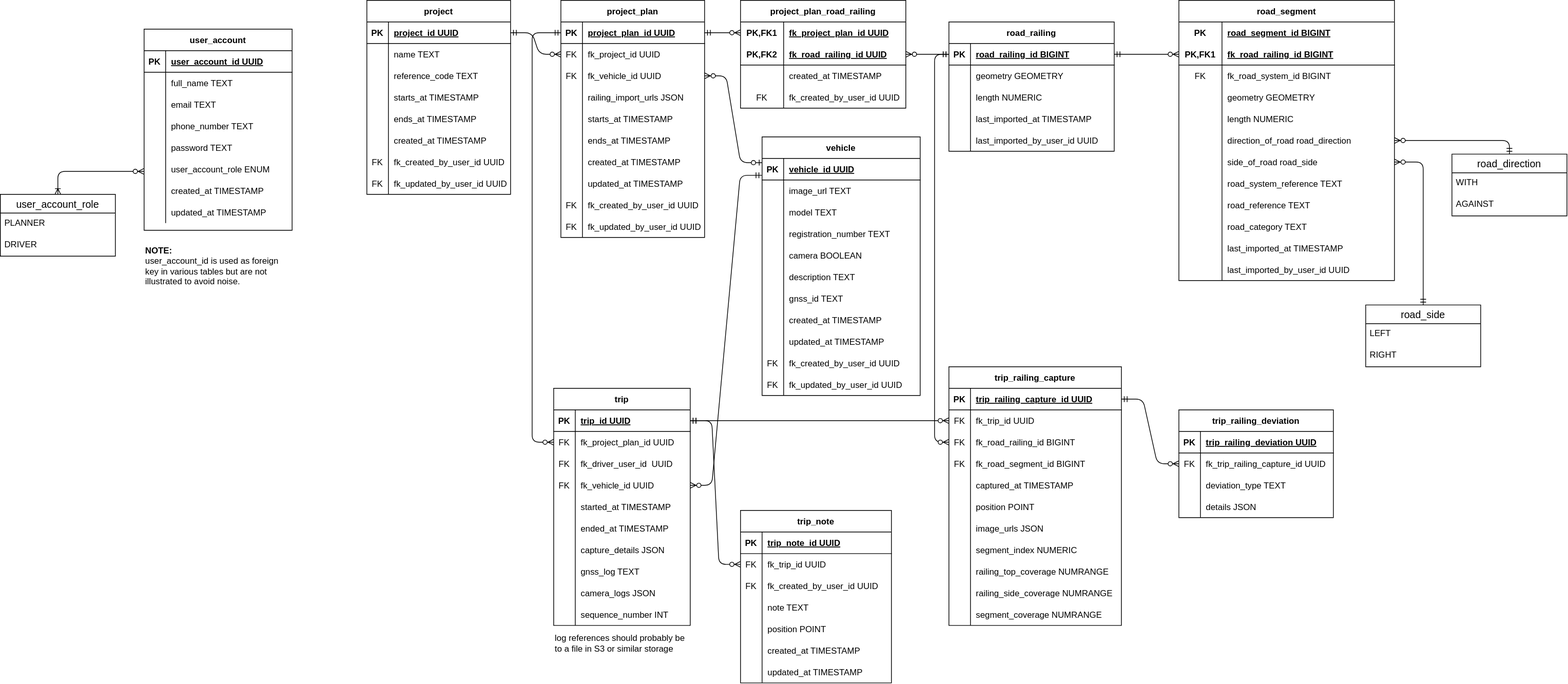
This is docs/diagrams/erdiagram.drawio.svg from triosnok/isi-planning-tool, a draw.io export, as it was before one commit. Source tidied: cells renumbered, new cells last; positions are measured from the earlier drawing's top-left corner, leaving out a move shared by most shapes.
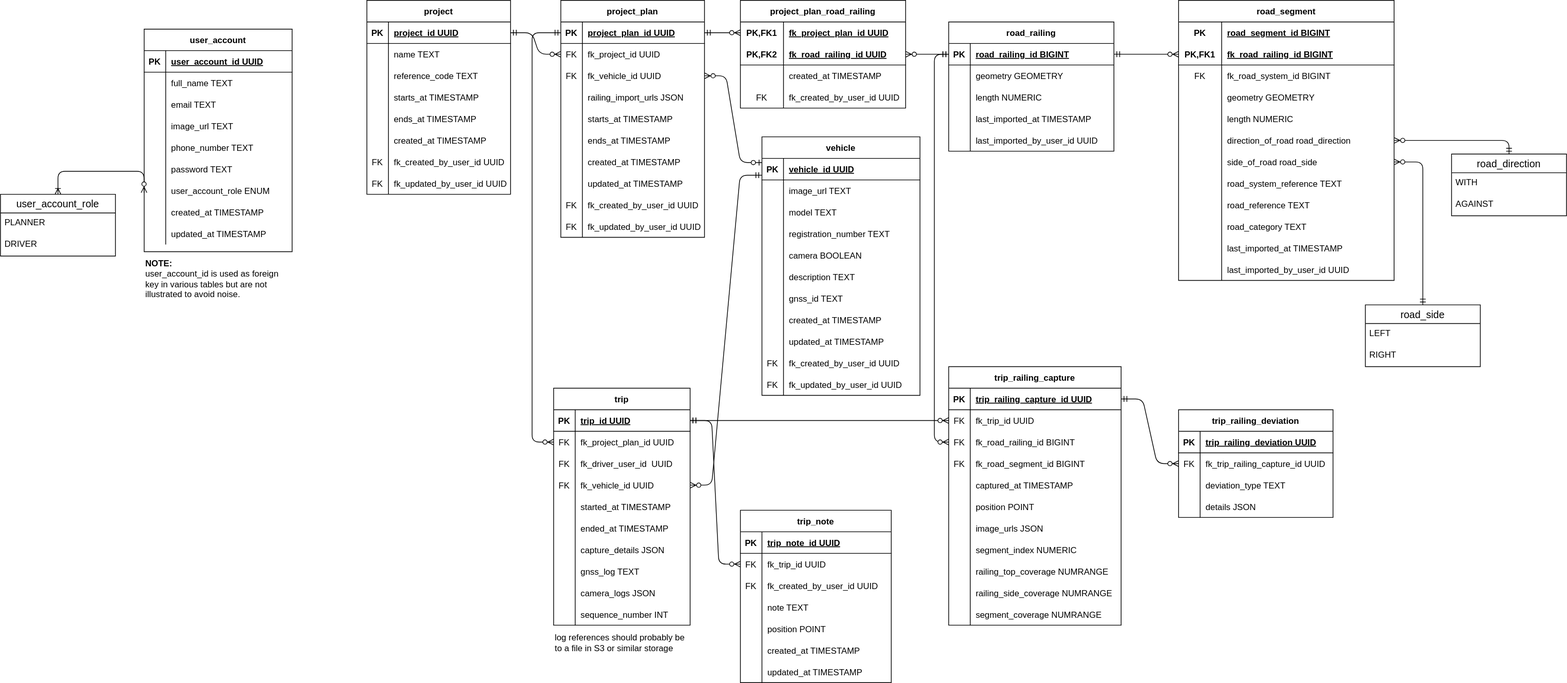
After the commit.

The edit, as a diff of the source:
```diff
@@ -3,7 +3,7 @@
     <mxCell id="0" />
     <mxCell id="1" parent="0" />
     <mxCell id="2" value="user_account" style="shape=table;startSize=30;rowLines=0;fontStyle=1;align=center;" parent="1" vertex="1">
-      <mxGeometry x="200" y="40" width="206" height="280" as="geometry" />
+      <mxGeometry x="200" y="40" width="206" height="310" as="geometry" />
     </mxCell>
     <mxCell id="3" style="shape=partialRectangle;fillColor=none;top=0;left=0;bottom=1;right=0;" parent="2" vertex="1">
       <mxGeometry y="30" width="206" height="30" as="geometry" />
@@ -32,8 +32,17 @@
     <mxCell id="11" value="email TEXT" style="shape=partialRectangle;fillColor=none;top=0;left=0;bottom=0;right=0;align=left;spacingLeft=6;overflow=hidden;" parent="9" vertex="1">
       <mxGeometry x="30" width="176" height="30" as="geometry" />
     </mxCell>
+    <mxCell id="308" style="shape=tableRow;horizontal=0;startSize=0;swimlaneHead=0;swimlaneBody=0;fillColor=none;top=0;left=0;right=0;bottom=0;" parent="2" vertex="1">
+      <mxGeometry y="120" width="206" height="30" as="geometry" />
+    </mxCell>
+    <mxCell id="309" style="shape=partialRectangle;fillColor=none;top=0;left=0;bottom=0;right=0;overflow=hidden;" parent="308" vertex="1">
+      <mxGeometry width="30" height="30" as="geometry" />
+    </mxCell>
+    <mxCell id="310" value="image_url TEXT" style="shape=partialRectangle;fillColor=none;top=0;left=0;bottom=0;right=0;align=left;spacingLeft=6;overflow=hidden;" parent="308" vertex="1">
+      <mxGeometry x="30" width="176" height="30" as="geometry" />
+    </mxCell>
     <mxCell id="12" style="shape=partialRectangle;fillColor=none;top=0;left=0;bottom=0;right=0;" parent="2" vertex="1">
-      <mxGeometry y="120" width="206" height="30" as="geometry" />
+      <mxGeometry y="150" width="206" height="30" as="geometry" />
     </mxCell>
     <mxCell id="13" style="shape=partialRectangle;fillColor=none;top=0;left=0;bottom=0;right=0;overflow=hidden;" parent="12" vertex="1">
       <mxGeometry width="30" height="30" as="geometry" />
@@ -42,7 +51,7 @@
       <mxGeometry x="30" width="176" height="30" as="geometry" />
     </mxCell>
     <mxCell id="15" style="shape=partialRectangle;fillColor=none;top=0;left=0;bottom=0;right=0;" parent="2" vertex="1">
-      <mxGeometry y="150" width="206" height="30" as="geometry" />
+      <mxGeometry y="180" width="206" height="30" as="geometry" />
     </mxCell>
     <mxCell id="16" style="shape=partialRectangle;fillColor=none;top=0;left=0;bottom=0;right=0;fontStyle=0;overflow=hidden;" parent="15" vertex="1">
       <mxGeometry width="30" height="30" as="geometry" />
@@ -51,7 +60,7 @@
       <mxGeometry x="30" width="176" height="30" as="geometry" />
     </mxCell>
     <mxCell id="18" style="shape=tableRow;horizontal=0;startSize=0;swimlaneHead=0;swimlaneBody=0;fillColor=none;points=[[0,0.5],[1,0.5]];portConstraint=eastwest;top=0;left=0;right=0;bottom=0;" parent="2" vertex="1">
-      <mxGeometry y="180" width="206" height="30" as="geometry" />
+      <mxGeometry y="210" width="206" height="30" as="geometry" />
     </mxCell>
     <mxCell id="19" style="shape=partialRectangle;fillColor=none;top=0;left=0;bottom=0;right=0;overflow=hidden;" parent="18" vertex="1">
       <mxGeometry width="30" height="30" as="geometry" />
@@ -60,7 +69,7 @@
       <mxGeometry x="30" width="176" height="30" as="geometry" />
     </mxCell>
     <mxCell id="21" style="shape=tableRow;horizontal=0;startSize=0;swimlaneHead=0;swimlaneBody=0;fillColor=none;top=0;left=0;right=0;bottom=0;" parent="2" vertex="1">
-      <mxGeometry y="210" width="206" height="30" as="geometry" />
+      <mxGeometry y="240" width="206" height="30" as="geometry" />
     </mxCell>
     <mxCell id="22" style="shape=partialRectangle;fillColor=none;top=0;left=0;bottom=0;right=0;overflow=hidden;" parent="21" vertex="1">
       <mxGeometry width="30" height="30" as="geometry" />
@@ -69,7 +78,7 @@
       <mxGeometry x="30" width="176" height="30" as="geometry" />
     </mxCell>
     <mxCell id="24" style="shape=tableRow;horizontal=0;startSize=0;swimlaneHead=0;swimlaneBody=0;fillColor=none;top=0;left=0;right=0;bottom=0;" parent="2" vertex="1">
-      <mxGeometry y="240" width="206" height="30" as="geometry" />
+      <mxGeometry y="270" width="206" height="30" as="geometry" />
     </mxCell>
     <mxCell id="25" style="shape=partialRectangle;fillColor=none;top=0;left=0;bottom=0;right=0;overflow=hidden;" parent="24" vertex="1">
       <mxGeometry width="30" height="30" as="geometry" />
@@ -805,7 +814,7 @@
       </mxGeometry>
     </mxCell>
     <mxCell id="266" value="&lt;b&gt;NOTE:&lt;/b&gt;&lt;br&gt;user_account_id is used as foreign key in various tables but are not illustrated to avoid noise." style="text;html=1;strokeColor=none;fillColor=none;align=left;verticalAlign=middle;whiteSpace=wrap;rounded=0;" parent="1" vertex="1">
-      <mxGeometry x="200" y="342.5" width="190" height="55" as="geometry" />
+      <mxGeometry x="200" y="360" width="190" height="55" as="geometry" />
     </mxCell>
     <mxCell id="267" style="edgeStyle=entityRelationEdgeStyle;fontSize=12;html=1;endArrow=ERzeroToMany;startArrow=ERmandOne;exitX=-0.002;exitY=0.782;exitDx=0;exitDy=0;entryX=1;entryY=0.5;entryDx=0;entryDy=0;exitPerimeter=0;" parent="1" edge="1" source="128" target="172">
       <mxGeometry relative="1" as="geometry" />
```
